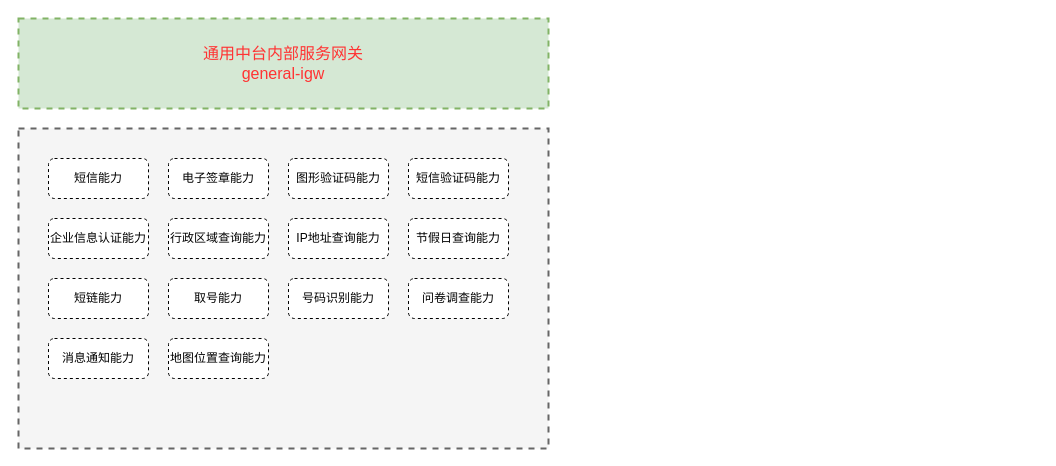
Above: page "general-igw" (1 of 2) of drawio/网关.drawio in hezhuma/image-repo (draw.io), before the change. Source tidied: cells renumbered, new cells numbered last; positions are measured from the earlier drawing's top-left corner, leaving out a move shared by most shapes. Both pictures are drawn from the tidied source at 100%, with x=0, y=0 at pixel (18, 18).
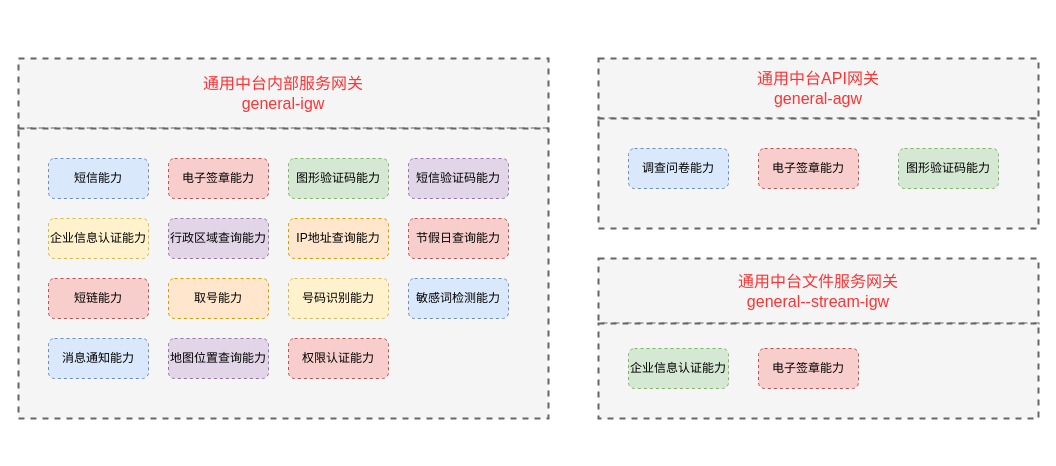
The same diagram, later.

Diff of the diagram source:
```diff
@@
-    <mxCell id="2" value="&lt;font color=&quot;#ff3333&quot; style=&quot;font-size: 16px;&quot;&gt;通用中台内部服务网关&lt;br&gt;general-igw&lt;/font&gt;" style="rounded=0;whiteSpace=wrap;html=1;dashed=1;strokeWidth=2;fillColor=#d5e8d4;strokeColor=#82b366;" parent="1" vertex="1">
-      <mxGeometry width="530" height="90" as="geometry" />
+    <mxCell id="2" value="&lt;font color=&quot;#ff3333&quot; style=&quot;font-size: 16px;&quot;&gt;通用中台内部服务网关&lt;br&gt;general-igw&lt;/font&gt;" style="rounded=0;whiteSpace=wrap;html=1;dashed=1;strokeWidth=2;fillColor=#f5f5f5;strokeColor=#666666;fontColor=#333333;" parent="1" vertex="1">
+      <mxGeometry y="40" width="530" height="70" as="geometry" />
     </mxCell>
     <mxCell id="3" style="rounded=0;whiteSpace=wrap;html=1;dashed=1;strokeWidth=2;fillColor=#f5f5f5;fontColor=#333333;strokeColor=#666666;" parent="1" vertex="1">
-      <mxGeometry y="110" width="530" height="320" as="geometry" />
+      <mxGeometry y="110" width="530" height="290" as="geometry" />
     </mxCell>
-    <mxCell id="4" value="短信能力" style="rounded=1;whiteSpace=wrap;html=1;dashed=1;" parent="1" vertex="1">
+    <mxCell id="4" value="短信能力" style="rounded=1;whiteSpace=wrap;html=1;dashed=1;fillColor=#dae8fc;strokeColor=#6c8ebf;" parent="1" vertex="1">
       <mxGeometry x="30" y="140" width="100" height="40" as="geometry" />
     </mxCell>
-    <mxCell id="5" value="电子签章能力" style="rounded=1;whiteSpace=wrap;html=1;dashed=1;" parent="1" vertex="1">
+    <mxCell id="5" value="电子签章能力" style="rounded=1;whiteSpace=wrap;html=1;dashed=1;fillColor=#f8cecc;strokeColor=#b85450;" parent="1" vertex="1">
       <mxGeometry x="150" y="140" width="100" height="40" as="geometry" />
     </mxCell>
-    <mxCell id="6" value="图形验证码能力" style="rounded=1;whiteSpace=wrap;html=1;dashed=1;" parent="1" vertex="1">
+    <mxCell id="6" value="图形验证码能力" style="rounded=1;whiteSpace=wrap;html=1;dashed=1;fillColor=#d5e8d4;strokeColor=#82b366;" parent="1" vertex="1">
       <mxGeometry x="270" y="140" width="100" height="40" as="geometry" />
     </mxCell>
-    <mxCell id="7" value="短信验证码能力" style="rounded=1;whiteSpace=wrap;html=1;dashed=1;" parent="1" vertex="1">
+    <mxCell id="7" value="短信验证码能力" style="rounded=1;whiteSpace=wrap;html=1;dashed=1;fillColor=#e1d5e7;strokeColor=#9673a6;" parent="1" vertex="1">
       <mxGeometry x="390" y="140" width="100" height="40" as="geometry" />
     </mxCell>
-    <mxCell id="8" value="企业信息认证能力" style="rounded=1;whiteSpace=wrap;html=1;dashed=1;" parent="1" vertex="1">
+    <mxCell id="8" value="企业信息认证能力" style="rounded=1;whiteSpace=wrap;html=1;dashed=1;fillColor=#fff2cc;strokeColor=#d6b656;" parent="1" vertex="1">
       <mxGeometry x="30" y="200" width="100" height="40" as="geometry" />
     </mxCell>
-    <mxCell id="9" value="行政区域查询能力" style="rounded=1;whiteSpace=wrap;html=1;dashed=1;" parent="1" vertex="1">
+    <mxCell id="9" value="行政区域查询能力" style="rounded=1;whiteSpace=wrap;html=1;dashed=1;fillColor=#e1d5e7;strokeColor=#9673a6;" parent="1" vertex="1">
       <mxGeometry x="150" y="200" width="100" height="40" as="geometry" />
     </mxCell>
-    <mxCell id="10" value="IP地址查询能力" style="rounded=1;whiteSpace=wrap;html=1;dashed=1;" parent="1" vertex="1">
+    <mxCell id="10" value="IP地址查询能力" style="rounded=1;whiteSpace=wrap;html=1;dashed=1;fillColor=#ffe6cc;strokeColor=#d79b00;" parent="1" vertex="1">
       <mxGeometry x="270" y="200" width="100" height="40" as="geometry" />
     </mxCell>
-    <mxCell id="11" value="节假日查询能力" style="rounded=1;whiteSpace=wrap;html=1;dashed=1;" parent="1" vertex="1">
+    <mxCell id="11" value="节假日查询能力" style="rounded=1;whiteSpace=wrap;html=1;dashed=1;fillColor=#f8cecc;strokeColor=#b85450;" parent="1" vertex="1">
       <mxGeometry x="390" y="200" width="100" height="40" as="geometry" />
     </mxCell>
-    <mxCell id="12" value="短链能力" style="rounded=1;whiteSpace=wrap;html=1;dashed=1;" parent="1" vertex="1">
+    <mxCell id="12" value="短链能力" style="rounded=1;whiteSpace=wrap;html=1;dashed=1;fillColor=#f8cecc;strokeColor=#b85450;" parent="1" vertex="1">
       <mxGeometry x="30" y="260" width="100" height="40" as="geometry" />
     </mxCell>
-    <mxCell id="13" value="取号能力" style="rounded=1;whiteSpace=wrap;html=1;dashed=1;" parent="1" vertex="1">
+    <mxCell id="13" value="取号能力" style="rounded=1;whiteSpace=wrap;html=1;dashed=1;fillColor=#ffe6cc;strokeColor=#d79b00;" parent="1" vertex="1">
       <mxGeometry x="150" y="260" width="100" height="40" as="geometry" />
     </mxCell>
-    <mxCell id="14" value="号码识别能力" style="rounded=1;whiteSpace=wrap;html=1;dashed=1;" parent="1" vertex="1">
+    <mxCell id="14" value="号码识别能力" style="rounded=1;whiteSpace=wrap;html=1;dashed=1;fillColor=#fff2cc;strokeColor=#d6b656;" parent="1" vertex="1">
       <mxGeometry x="270" y="260" width="100" height="40" as="geometry" />
     </mxCell>
-    <mxCell id="15" value="问卷调查能力" style="rounded=1;whiteSpace=wrap;html=1;dashed=1;" parent="1" vertex="1">
+    <mxCell id="15" value="敏感词检测能力" style="rounded=1;whiteSpace=wrap;html=1;dashed=1;fillColor=#dae8fc;strokeColor=#6c8ebf;" parent="1" vertex="1">
       <mxGeometry x="390" y="260" width="100" height="40" as="geometry" />
     </mxCell>
-    <mxCell id="16" value="消息通知能力" style="rounded=1;whiteSpace=wrap;html=1;dashed=1;" parent="1" vertex="1">
+    <mxCell id="16" value="消息通知能力" style="rounded=1;whiteSpace=wrap;html=1;dashed=1;fillColor=#dae8fc;strokeColor=#6c8ebf;" parent="1" vertex="1">
       <mxGeometry x="30" y="320" width="100" height="40" as="geometry" />
     </mxCell>
-    <mxCell id="17" value="地图位置查询能力" style="rounded=1;whiteSpace=wrap;html=1;dashed=1;" parent="1" vertex="1">
+    <mxCell id="17" value="地图位置查询能力" style="rounded=1;whiteSpace=wrap;html=1;dashed=1;fillColor=#e1d5e7;strokeColor=#9673a6;" parent="1" vertex="1">
       <mxGeometry x="150" y="320" width="100" height="40" as="geometry" />
     </mxCell>
+    <mxCell id="18" value="权限认证能力" style="rounded=1;whiteSpace=wrap;html=1;dashed=1;fillColor=#f8cecc;strokeColor=#b85450;" parent="1" vertex="1">
+      <mxGeometry x="270" y="320" width="100" height="40" as="geometry" />
+    </mxCell>
+    <mxCell id="19" value="&lt;font color=&quot;#ff3333&quot; style=&quot;font-size: 16px;&quot;&gt;通用中台API网关&lt;br&gt;general-agw&lt;/font&gt;" style="rounded=0;whiteSpace=wrap;html=1;dashed=1;strokeWidth=2;fillColor=#f5f5f5;strokeColor=#666666;fontColor=#333333;" parent="1" vertex="1">
+      <mxGeometry x="580" y="40" width="440" height="60" as="geometry" />
+    </mxCell>
+    <mxCell id="20" style="rounded=0;whiteSpace=wrap;html=1;dashed=1;strokeWidth=2;fillColor=#f5f5f5;fontColor=#333333;strokeColor=#666666;" parent="1" vertex="1">
+      <mxGeometry x="580" y="100" width="440" height="110" as="geometry" />
+    </mxCell>
+    <mxCell id="21" value="调查问卷能力" style="rounded=1;whiteSpace=wrap;html=1;dashed=1;fillColor=#dae8fc;strokeColor=#6c8ebf;" parent="1" vertex="1">
+      <mxGeometry x="610" y="130" width="100" height="40" as="geometry" />
+    </mxCell>
+    <mxCell id="22" value="电子签章能力" style="rounded=1;whiteSpace=wrap;html=1;dashed=1;fillColor=#f8cecc;strokeColor=#b85450;" parent="1" vertex="1">
+      <mxGeometry x="740" y="130" width="100" height="40" as="geometry" />
+    </mxCell>
+    <mxCell id="23" value="图形验证码能力" style="rounded=1;whiteSpace=wrap;html=1;dashed=1;fillColor=#d5e8d4;strokeColor=#82b366;" parent="1" vertex="1">
+      <mxGeometry x="880" y="130" width="100" height="40" as="geometry" />
+    </mxCell>
+    <mxCell id="24" value="&lt;font color=&quot;#ff3333&quot; style=&quot;font-size: 16px;&quot;&gt;通用中台文件服务网关&lt;br&gt;general--stream-igw&lt;/font&gt;" style="rounded=0;whiteSpace=wrap;html=1;dashed=1;strokeWidth=2;fillColor=#f5f5f5;strokeColor=#666666;fontColor=#333333;" parent="1" vertex="1">
+      <mxGeometry x="580" y="240" width="440" height="65" as="geometry" />
+    </mxCell>
+    <mxCell id="25" style="rounded=0;whiteSpace=wrap;html=1;dashed=1;strokeWidth=2;fillColor=#f5f5f5;fontColor=#333333;strokeColor=#666666;" parent="1" vertex="1">
+      <mxGeometry x="580" y="305" width="440" height="95" as="geometry" />
+    </mxCell>
+    <mxCell id="26" value="企业信息认证能力" style="rounded=1;whiteSpace=wrap;html=1;dashed=1;fillColor=#d5e8d4;strokeColor=#82b366;" parent="1" vertex="1">
+      <mxGeometry x="610" y="330" width="100" height="40" as="geometry" />
+    </mxCell>
+    <mxCell id="27" value="电子签章能力" style="rounded=1;whiteSpace=wrap;html=1;dashed=1;fillColor=#f8cecc;strokeColor=#b85450;" parent="1" vertex="1">
+      <mxGeometry x="740" y="330" width="100" height="40" as="geometry" />
+    </mxCell>
```
